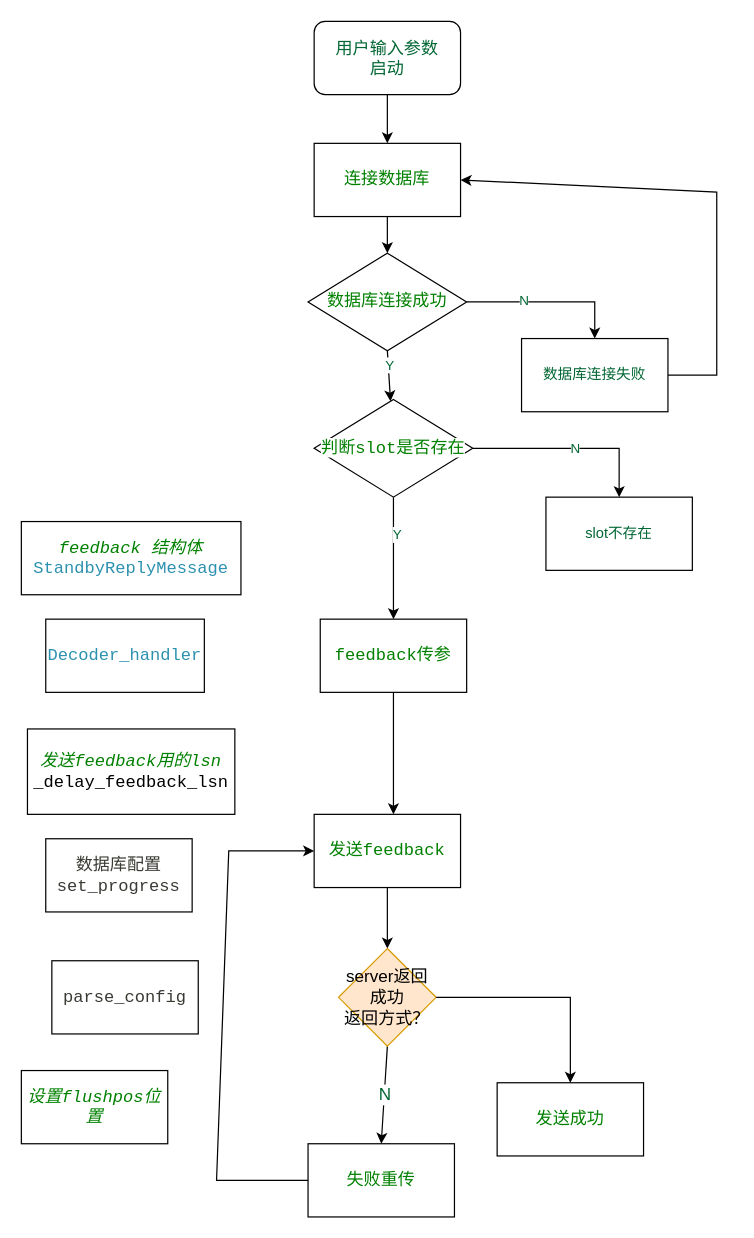
Earlier version of the draw.io diagram dts.drawio (Janxun/graph). Source tidied: cells renumbered, new cells numbered last; positions are measured from the earlier drawing's top-left corner, leaving out a move shared by most shapes. Both pictures are drawn from the tidied source at 122%, with x=0, y=0 at pixel (21, 21).
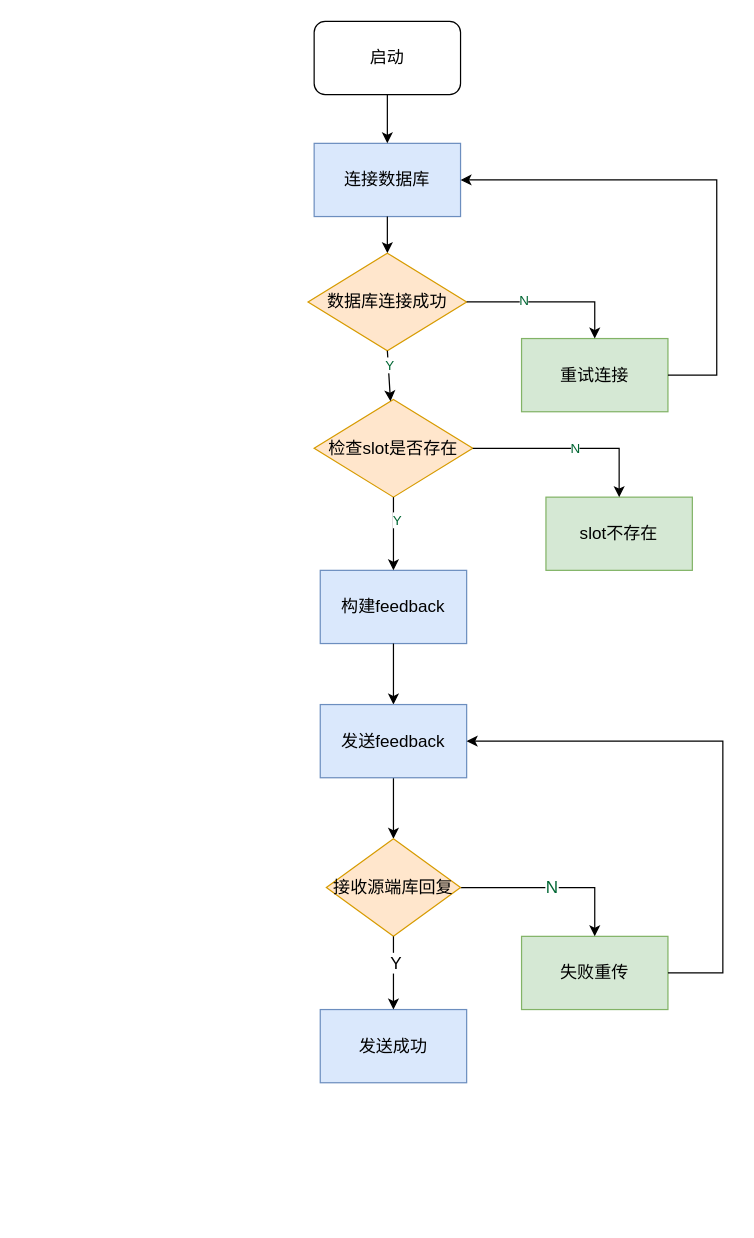
Above is the later version.

The edit, as a diff of the source:
```diff
@@
-    <mxCell id="2" value="&lt;span style=&quot;color: rgb(0 , 128 , 0) ; font-family: &amp;#34;consolas&amp;#34; , &amp;#34;menlo&amp;#34; , &amp;#34;courier&amp;#34; , monospace ; font-size: 14px ; font-style: italic ; background-color: rgb(255 , 255 , 255)&quot;&gt;feedback 结构体&lt;br&gt;&lt;/span&gt;&lt;span style=&quot;color: rgb(43 , 145 , 175) ; font-family: &amp;#34;consolas&amp;#34; , &amp;#34;menlo&amp;#34; , &amp;#34;courier&amp;#34; , monospace ; font-size: 14px ; background-color: rgb(255 , 255 , 255)&quot;&gt;StandbyReplyMessage&lt;/span&gt;&lt;span style=&quot;color: rgb(0 , 128 , 0) ; font-family: &amp;#34;consolas&amp;#34; , &amp;#34;menlo&amp;#34; , &amp;#34;courier&amp;#34; , monospace ; font-size: 14px ; font-style: italic ; background-color: rgb(255 , 255 , 255)&quot;&gt;&lt;br&gt;&lt;/span&gt;" style="rounded=0;whiteSpace=wrap;html=1;" parent="1" vertex="1">
-      <mxGeometry y="410" width="180" height="60" as="geometry" />
-    </mxCell>
-    <mxCell id="3" value="&lt;span style=&quot;color: rgb(43 , 145 , 175) ; font-family: &amp;#34;consolas&amp;#34; , &amp;#34;menlo&amp;#34; , &amp;#34;courier&amp;#34; , monospace ; font-size: 14px ; background-color: rgb(255 , 255 , 255)&quot;&gt;Decoder_handler&lt;/span&gt;" style="rounded=0;whiteSpace=wrap;html=1;" parent="1" vertex="1">
-      <mxGeometry x="20" y="490" width="130" height="60" as="geometry" />
-    </mxCell>
-    <mxCell id="4" value="&lt;span style=&quot;color: rgb(0 , 128 , 0) ; font-family: &amp;#34;consolas&amp;#34; , &amp;#34;menlo&amp;#34; , &amp;#34;courier&amp;#34; , monospace ; font-size: 14px ; font-style: italic ; background-color: rgb(255 , 255 , 255)&quot;&gt;发送feedback用的lsn&lt;br&gt;&lt;/span&gt;&lt;span style=&quot;font-family: &amp;#34;consolas&amp;#34; , &amp;#34;menlo&amp;#34; , &amp;#34;courier&amp;#34; , monospace ; font-size: 14px ; background-color: rgb(255 , 255 , 255)&quot;&gt;_delay_feedback_lsn&lt;/span&gt;&lt;span style=&quot;color: rgb(0 , 128 , 0) ; font-family: &amp;#34;consolas&amp;#34; , &amp;#34;menlo&amp;#34; , &amp;#34;courier&amp;#34; , monospace ; font-size: 14px ; font-style: italic ; background-color: rgb(255 , 255 , 255)&quot;&gt;&lt;br&gt;&lt;/span&gt;" style="rounded=0;whiteSpace=wrap;html=1;" parent="1" vertex="1">
-      <mxGeometry x="5" y="580" width="170" height="70" as="geometry" />
-    </mxCell>
-    <mxCell id="5" value="&lt;span style=&quot;color: rgb(57 , 58 , 52) ; font-family: &amp;#34;consolas&amp;#34; , &amp;#34;menlo&amp;#34; , &amp;#34;courier&amp;#34; , monospace ; font-size: 14px ; background-color: rgb(255 , 255 , 255)&quot;&gt;数据库配置set_progress&lt;/span&gt;" style="rounded=0;whiteSpace=wrap;html=1;" parent="1" vertex="1">
-      <mxGeometry x="20" y="670" width="120" height="60" as="geometry" />
-    </mxCell>
-    <mxCell id="6" value="&lt;span style=&quot;color: rgb(57 , 58 , 52) ; font-family: &amp;#34;consolas&amp;#34; , &amp;#34;menlo&amp;#34; , &amp;#34;courier&amp;#34; , monospace ; font-size: 14px ; background-color: rgb(255 , 255 , 255)&quot;&gt;parse_config&lt;/span&gt;" style="rounded=0;whiteSpace=wrap;html=1;" parent="1" vertex="1">
-      <mxGeometry x="25" y="770" width="120" height="60" as="geometry" />
-    </mxCell>
-    <mxCell id="7" value="&lt;span style=&quot;color: rgb(0 , 128 , 0) ; font-family: &amp;#34;consolas&amp;#34; , &amp;#34;menlo&amp;#34; , &amp;#34;courier&amp;#34; , monospace ; font-size: 14px ; font-style: italic ; background-color: rgb(255 , 255 , 255)&quot;&gt;设置flushpos位置&lt;/span&gt;" style="rounded=0;whiteSpace=wrap;html=1;" parent="1" vertex="1">
-      <mxGeometry y="860" width="120" height="60" as="geometry" />
-    </mxCell>
-    <mxCell id="8" value="&lt;font color=&quot;#008000&quot; face=&quot;consolas, menlo, courier, monospace&quot;&gt;&lt;span style=&quot;font-size: 14px ; background-color: rgb(255 , 255 , 255)&quot;&gt;feedback传参&lt;/span&gt;&lt;/font&gt;" style="rounded=0;whiteSpace=wrap;html=1;" parent="1" vertex="1">
-      <mxGeometry x="245" y="490" width="120" height="60" as="geometry" />
+    <mxCell id="8" value="&lt;font style=&quot;font-size: 14px&quot;&gt;构建feedback&lt;/font&gt;" style="rounded=0;whiteSpace=wrap;html=1;fillColor=#dae8fc;strokeColor=#6c8ebf;" parent="1" vertex="1">
+      <mxGeometry x="245" y="450" width="120" height="60" as="geometry" />
     </mxCell>
-    <mxCell id="9" value="&lt;font color=&quot;#008000&quot; face=&quot;consolas, menlo, courier, monospace&quot;&gt;&lt;span style=&quot;font-size: 14px ; background-color: rgb(255 , 255 , 255)&quot;&gt;连接数据库&lt;/span&gt;&lt;/font&gt;" style="rounded=0;whiteSpace=wrap;html=1;" parent="1" vertex="1">
+    <mxCell id="9" value="&lt;font style=&quot;font-size: 14px&quot;&gt;连接数据库&lt;/font&gt;" style="rounded=0;whiteSpace=wrap;html=1;fillColor=#dae8fc;strokeColor=#6c8ebf;" parent="1" vertex="1">
       <mxGeometry x="240" y="100" width="120" height="60" as="geometry" />
     </mxCell>
-    <mxCell id="10" value="&lt;span style=&quot;color: rgb(0 , 128 , 0) ; font-family: &amp;#34;consolas&amp;#34; , &amp;#34;menlo&amp;#34; , &amp;#34;courier&amp;#34; , monospace ; font-size: 14px ; background-color: rgb(255 , 255 , 255)&quot;&gt;判断slot是否存在&lt;/span&gt;" style="rhombus;whiteSpace=wrap;html=1;fontColor=#006633;" parent="1" vertex="1">
+    <mxCell id="10" value="&lt;font style=&quot;font-size: 14px&quot;&gt;检查slot是否存在&lt;/font&gt;" style="rhombus;whiteSpace=wrap;html=1;fillColor=#ffe6cc;strokeColor=#d79b00;" parent="1" vertex="1">
       <mxGeometry x="240" y="310" width="130" height="80" as="geometry" />
     </mxCell>
@@
-    <mxCell id="14" value="slot不存在" style="rounded=0;whiteSpace=wrap;html=1;fontColor=#006633;" parent="1" vertex="1">
+    <mxCell id="14" value="&lt;font color=&quot;#000000&quot; style=&quot;font-size: 14px&quot;&gt;slot不存在&lt;/font&gt;" style="rounded=0;whiteSpace=wrap;html=1;fillColor=#d5e8d4;strokeColor=#82b366;" parent="1" vertex="1">
       <mxGeometry x="430" y="390" width="120" height="60" as="geometry" />
     </mxCell>
@@
-    <mxCell id="17" value="&lt;font color=&quot;#008000&quot; face=&quot;consolas, menlo, courier, monospace&quot;&gt;&lt;span style=&quot;font-size: 14px ; background-color: rgb(255 , 255 , 255)&quot;&gt;数据库连接成功&lt;/span&gt;&lt;/font&gt;" style="rhombus;whiteSpace=wrap;html=1;fontColor=#006633;" parent="1" vertex="1">
+    <mxCell id="17" value="&lt;font style=&quot;font-size: 14px&quot;&gt;数据库连接成功&lt;/font&gt;" style="rhombus;whiteSpace=wrap;html=1;fillColor=#ffe6cc;strokeColor=#d79b00;" parent="1" vertex="1">
       <mxGeometry x="235" y="190" width="130" height="80" as="geometry" />
     </mxCell>
@@
-    <mxCell id="20" value="数据库连接失败" style="rounded=0;whiteSpace=wrap;html=1;fontColor=#006633;" parent="1" vertex="1">
+    <mxCell id="20" value="&lt;font color=&quot;#000000&quot; style=&quot;font-size: 14px&quot;&gt;重试连接&lt;/font&gt;" style="rounded=0;whiteSpace=wrap;html=1;fillColor=#d5e8d4;strokeColor=#82b366;" parent="1" vertex="1">
       <mxGeometry x="410" y="260" width="120" height="60" as="geometry" />
     </mxCell>
@@
-    <mxCell id="23" value="&lt;span style=&quot;color: rgb(0 , 128 , 0) ; font-family: &amp;#34;consolas&amp;#34; , &amp;#34;menlo&amp;#34; , &amp;#34;courier&amp;#34; , monospace ; font-size: 14px ; background-color: rgb(255 , 255 , 255)&quot;&gt;失败重传&lt;/span&gt;" style="rounded=0;whiteSpace=wrap;html=1;" parent="1" vertex="1">
-      <mxGeometry x="235" y="920" width="120" height="60" as="geometry" />
+    <mxCell id="23" value="&lt;font style=&quot;font-size: 14px&quot;&gt;失败重传&lt;/font&gt;" style="rounded=0;whiteSpace=wrap;html=1;fillColor=#d5e8d4;strokeColor=#82b366;" parent="1" vertex="1">
+      <mxGeometry x="410" y="750" width="120" height="60" as="geometry" />
     </mxCell>
-    <mxCell id="24" style="endArrow=classic;html=1;rounded=0;fontColor=#006633;exitX=0.5;exitY=1;exitDx=0;exitDy=0;entryX=0.5;entryY=0;entryDx=0;entryDy=0;" parent="1" edge="1" source="8">
-      <mxGeometry relative="1" as="geometry">
-        <mxPoint x="305" y="650" as="targetPoint" />
-      </mxGeometry>
+    <mxCell id="24" style="endArrow=classic;html=1;rounded=0;fontColor=#006633;exitX=0.5;exitY=1;exitDx=0;exitDy=0;entryX=0.5;entryY=0;entryDx=0;entryDy=0;" parent="1" edge="1" source="8" target="30">
+      <mxGeometry relative="1" as="geometry" />
     </mxCell>
-    <mxCell id="25" value="&lt;font style=&quot;font-size: 14px&quot;&gt;用户输入参数&lt;br&gt;启动&lt;br&gt;&lt;/font&gt;" style="rounded=1;whiteSpace=wrap;html=1;fontColor=#006633;" parent="1" vertex="1">
+    <mxCell id="25" value="&lt;font style=&quot;font-size: 14px&quot;&gt;&lt;font color=&quot;#000000&quot;&gt;启动&lt;/font&gt;&lt;br&gt;&lt;/font&gt;" style="rounded=1;whiteSpace=wrap;html=1;fontColor=#006633;" parent="1" vertex="1">
       <mxGeometry x="240" width="120" height="60" as="geometry" />
     </mxCell>
@@
-    <mxCell id="27" value="N" style="endArrow=classic;html=1;rounded=0;fontSize=14;fontColor=#006633;entryX=0.5;entryY=0;entryDx=0;entryDy=0;exitX=0.5;exitY=1;exitDx=0;exitDy=0;" parent="1" edge="1" source="31" target="23">
-      <mxGeometry relative="1" as="geometry" />
+    <mxCell id="27" value="N" style="endArrow=classic;html=1;rounded=0;fontSize=14;fontColor=#006633;entryX=0.5;entryY=0;entryDx=0;entryDy=0;exitX=1;exitY=0.5;exitDx=0;exitDy=0;" parent="1" edge="1" source="31" target="23">
+      <mxGeometry relative="1" as="geometry">
+        <Array as="points">
+          <mxPoint x="470" y="710" />
+        </Array>
+      </mxGeometry>
     </mxCell>
-    <mxCell id="28" value="&lt;font color=&quot;#008000&quot; face=&quot;consolas, menlo, courier, monospace&quot;&gt;&lt;span style=&quot;font-size: 14px ; background-color: rgb(255 , 255 , 255)&quot;&gt;发送成功&lt;/span&gt;&lt;/font&gt;" style="rounded=0;whiteSpace=wrap;html=1;" parent="1" vertex="1">
-      <mxGeometry x="390" y="870" width="120" height="60" as="geometry" />
+    <mxCell id="28" value="&lt;font style=&quot;font-size: 14px&quot;&gt;发送成功&lt;/font&gt;" style="rounded=0;whiteSpace=wrap;html=1;fillColor=#dae8fc;strokeColor=#6c8ebf;" parent="1" vertex="1">
+      <mxGeometry x="245" y="810" width="120" height="60" as="geometry" />
     </mxCell>
@@
-    <mxCell id="30" value="&lt;font color=&quot;#008000&quot; face=&quot;consolas, menlo, courier, monospace&quot;&gt;&lt;span style=&quot;font-size: 14px ; background-color: rgb(255 , 255 , 255)&quot;&gt;发送feedback&lt;/span&gt;&lt;/font&gt;" style="rounded=0;whiteSpace=wrap;html=1;" parent="1" vertex="1">
-      <mxGeometry x="240" y="650" width="120" height="60" as="geometry" />
+    <mxCell id="30" value="&lt;font style=&quot;font-size: 14px&quot;&gt;发送feedback&lt;/font&gt;" style="rounded=0;whiteSpace=wrap;html=1;fillColor=#dae8fc;strokeColor=#6c8ebf;" parent="1" vertex="1">
+      <mxGeometry x="245" y="560" width="120" height="60" as="geometry" />
     </mxCell>
-    <mxCell id="31" value="server返回成功&lt;br&gt;返回方式？" style="rhombus;whiteSpace=wrap;html=1;fontSize=14;fillColor=#ffe6cc;strokeColor=#d79b00;" parent="1" vertex="1">
-      <mxGeometry x="260" y="760" width="80" height="80" as="geometry" />
+    <mxCell id="31" value="接收源端库回复" style="rhombus;whiteSpace=wrap;html=1;fontSize=14;fillColor=#ffe6cc;strokeColor=#d79b00;" parent="1" vertex="1">
+      <mxGeometry x="250" y="670" width="110" height="80" as="geometry" />
     </mxCell>
-    <mxCell id="32" style="endArrow=classic;html=1;rounded=0;fontSize=14;fontColor=#006633;exitX=1;exitY=0.5;exitDx=0;exitDy=0;entryX=0.5;entryY=0;entryDx=0;entryDy=0;" parent="1" edge="1" source="31" target="28">
-      <mxGeometry relative="1" as="geometry">
-        <Array as="points">
-          <mxPoint x="450" y="800" />
-        </Array>
-      </mxGeometry>
+    <mxCell id="32" style="endArrow=classic;html=1;rounded=0;fontSize=14;fontColor=#006633;exitX=0.5;exitY=1;exitDx=0;exitDy=0;entryX=0.5;entryY=0;entryDx=0;entryDy=0;" parent="1" edge="1" source="31" target="28">
+      <mxGeometry relative="1" as="geometry" />
     </mxCell>
+    <mxCell id="35" value="Y" style="edgeLabel;html=1;align=center;verticalAlign=middle;fontSize=14;fontColor=#000000;" parent="32" vertex="1">
+      <mxGeometry x="-0.3" y="1" relative="1" as="geometry" />
+    </mxCell>
-    <mxCell id="33" style="endArrow=classic;html=1;rounded=0;fontSize=14;fontColor=#006633;exitX=0;exitY=0.5;exitDx=0;exitDy=0;entryX=0;entryY=0.5;entryDx=0;entryDy=0;" parent="1" edge="1" source="23" target="30">
+    <mxCell id="33" style="endArrow=classic;html=1;rounded=0;fontSize=14;fontColor=#006633;exitX=1;exitY=0.5;exitDx=0;exitDy=0;entryX=1;entryY=0.5;entryDx=0;entryDy=0;" parent="1" edge="1" source="23" target="30">
       <mxGeometry relative="1" as="geometry">
         <Array as="points">
-          <mxPoint x="160" y="950" />
-          <mxPoint x="170" y="680" />
+          <mxPoint x="575" y="780" />
+          <mxPoint x="575" y="590" />
         </Array>
       </mxGeometry>
     </mxCell>
     <mxCell id="34" style="endArrow=classic;html=1;rounded=0;fontSize=14;fontColor=#006633;exitX=1;exitY=0.5;exitDx=0;exitDy=0;entryX=1;entryY=0.5;entryDx=0;entryDy=0;" parent="1" edge="1" source="20" target="9">
       <mxGeometry relative="1" as="geometry">
         <Array as="points">
           <mxPoint x="570" y="290" />
-          <mxPoint x="570" y="140" />
+          <mxPoint x="570" y="130" />
         </Array>
       </mxGeometry>
     </mxCell>
```
